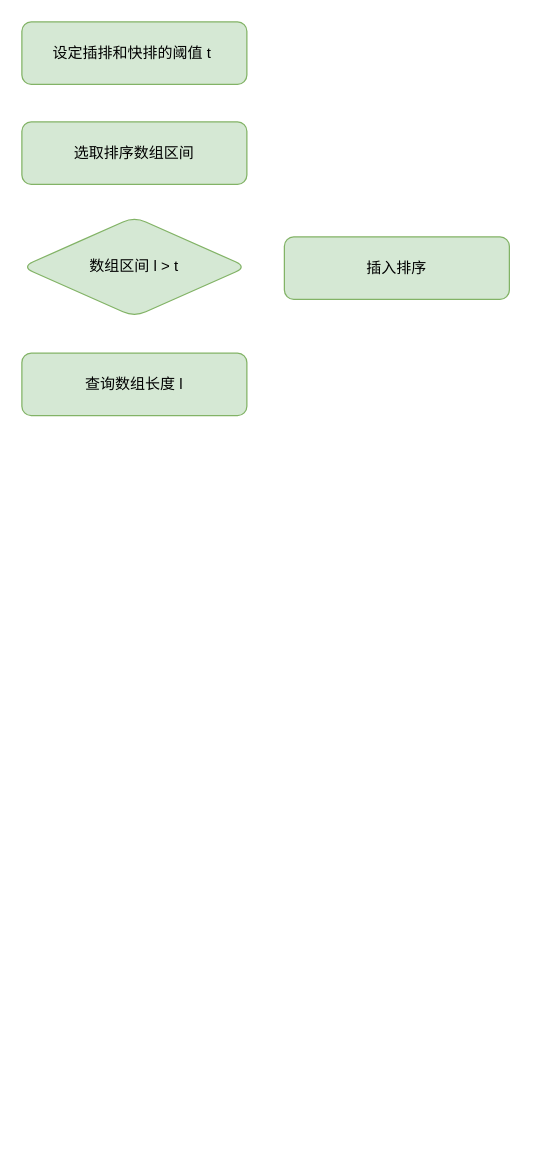
Before: 快速排序.drawio in HonyoLAN/telmy, a draw.io diagram. Source tidied: cells renumbered, new cells numbered last; positions are measured from the earlier drawing's top-left corner, leaving out a move shared by most shapes. Both pictures are drawn from the tidied source at 125%, with x=0, y=0 at pixel (21, 21).
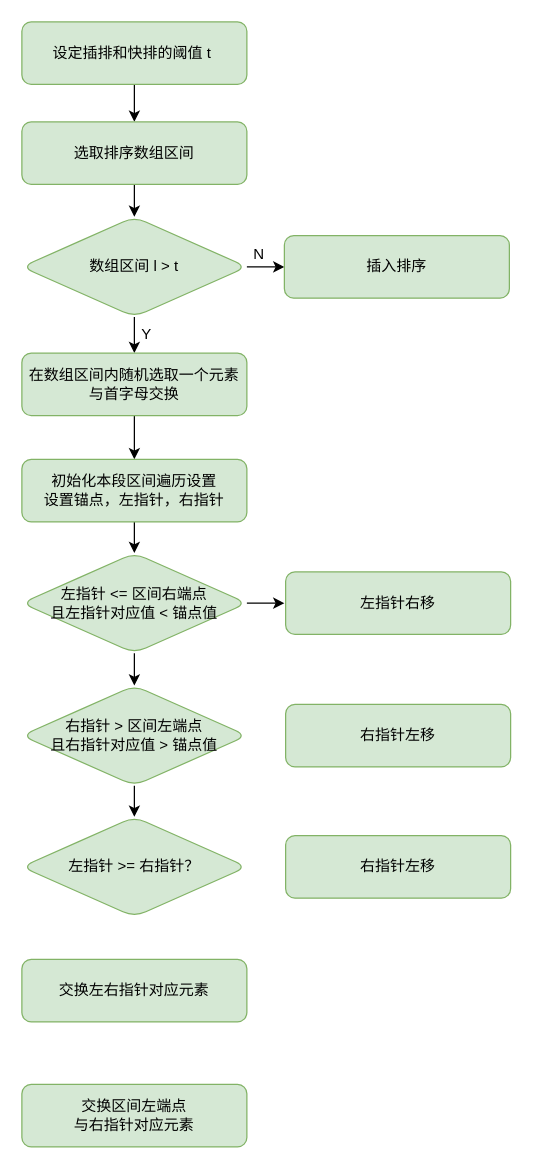
The same diagram, later.

Commit message (it also covers changes not shown here):
更新快速排序.drawio

The change refers to these unchanged cells:
```xml
<mxCell id="2" value="设定插排和快排的阈值 t&amp;nbsp;" style="rounded=1;whiteSpace=wrap;html=1;fillColor=#d5e8d4;strokeColor=#82b366;" parent="1" vertex="1">
  <mxGeometry width="180" height="50" as="geometry" />
</mxCell>
<mxCell id="3" value="选取排序数组区间" style="rounded=1;whiteSpace=wrap;html=1;fillColor=#d5e8d4;strokeColor=#82b366;" parent="1" vertex="1">
  <mxGeometry y="80" width="180" height="50" as="geometry" />
</mxCell>
<mxCell id="4" value="数组区间 l &amp;gt; t" style="rhombus;whiteSpace=wrap;html=1;fillColor=#d5e8d4;strokeColor=#82b366;rounded=1;" parent="1" vertex="1">
  <mxGeometry y="156" width="180" height="80" as="geometry" />
</mxCell>
```

Change to the diagram source:
```diff
@@
+    <mxCell id="7" style="edgeStyle=orthogonalEdgeStyle;rounded=0;jettySize=auto;html=1;exitX=0.5;exitY=1;exitDx=0;exitDy=0;entryX=0.5;entryY=0;entryDx=0;entryDy=0;" parent="1" edge="1" source="2" target="3">
+      <mxGeometry relative="1" as="geometry" />
+    </mxCell>
@@
+    <mxCell id="8" style="edgeStyle=orthogonalEdgeStyle;rounded=0;jettySize=auto;html=1;exitX=0.5;exitY=1;exitDx=0;exitDy=0;entryX=0.5;entryY=0;entryDx=0;entryDy=0;" parent="1" edge="1" source="3" target="4">
+      <mxGeometry relative="1" as="geometry" />
+    </mxCell>
@@
+    <mxCell id="9" style="edgeStyle=orthogonalEdgeStyle;rounded=0;jettySize=auto;html=1;exitX=0.5;exitY=1;exitDx=0;exitDy=0;entryX=0.5;entryY=0;entryDx=0;entryDy=0;" parent="1" edge="1" source="4" target="5">
+      <mxGeometry relative="1" as="geometry" />
+    </mxCell>
+    <mxCell id="10" style="edgeStyle=orthogonalEdgeStyle;rounded=0;jettySize=auto;html=1;exitX=1;exitY=0.5;exitDx=0;exitDy=0;entryX=0;entryY=0.5;entryDx=0;entryDy=0;" parent="1" edge="1" source="4" target="6">
+      <mxGeometry relative="1" as="geometry" />
+    </mxCell>
@@
+    <mxCell id="11" style="edgeStyle=orthogonalEdgeStyle;rounded=0;jettySize=auto;html=1;exitX=0.5;exitY=1;exitDx=0;exitDy=0;entryX=0.5;entryY=0;entryDx=0;entryDy=0;" parent="1" edge="1" source="5" target="15">
+      <mxGeometry relative="1" as="geometry" />
+    </mxCell>
-    <mxCell id="5" value="查询数组长度 l" style="rounded=1;whiteSpace=wrap;html=1;fillColor=#d5e8d4;strokeColor=#82b366;" parent="1" vertex="1">
+    <mxCell id="5" value="在数组区间内随机选取一个元素&lt;br&gt;与首字母交换" style="rounded=1;whiteSpace=wrap;html=1;fillColor=#d5e8d4;strokeColor=#82b366;" parent="1" vertex="1">
       <mxGeometry y="265" width="180" height="50" as="geometry" />
     </mxCell>
     <mxCell id="6" value="插入排序" style="rounded=1;whiteSpace=wrap;html=1;fillColor=#d5e8d4;strokeColor=#82b366;" parent="1" vertex="1">
-      <mxGeometry x="210" y="172" width="180" height="50" as="geometry" />
+      <mxGeometry x="210" y="171" width="180" height="50" as="geometry" />
     </mxCell>
+    <mxCell id="12" value="Y" style="text;html=1;strokeColor=none;fillColor=none;align=center;verticalAlign=middle;whiteSpace=wrap;rounded=0;" parent="1" vertex="1">
+      <mxGeometry x="70" y="235" width="60" height="30" as="geometry" />
+    </mxCell>
+    <mxCell id="13" value="N" style="text;html=1;strokeColor=none;fillColor=none;align=center;verticalAlign=middle;whiteSpace=wrap;rounded=0;" parent="1" vertex="1">
+      <mxGeometry x="160" y="171" width="60" height="30" as="geometry" />
+    </mxCell>
+    <mxCell id="14" style="edgeStyle=orthogonalEdgeStyle;rounded=0;jettySize=auto;html=1;exitX=0.5;exitY=1;exitDx=0;exitDy=0;entryX=0.5;entryY=0;entryDx=0;entryDy=0;" parent="1" edge="1" source="15" target="18">
+      <mxGeometry relative="1" as="geometry" />
+    </mxCell>
+    <mxCell id="15" value="初始化本段区间遍历设置&lt;br&gt;设置锚点，左指针，右指针" style="rounded=1;whiteSpace=wrap;html=1;fillColor=#d5e8d4;strokeColor=#82b366;" parent="1" vertex="1">
+      <mxGeometry y="350" width="180" height="50" as="geometry" />
+    </mxCell>
+    <mxCell id="16" style="edgeStyle=orthogonalEdgeStyle;rounded=0;jettySize=auto;html=1;exitX=1;exitY=0.5;exitDx=0;exitDy=0;" parent="1" edge="1" source="18">
+      <mxGeometry relative="1" as="geometry">
+        <mxPoint x="210" y="465.3" as="targetPoint" />
+      </mxGeometry>
+    </mxCell>
+    <mxCell id="17" style="edgeStyle=orthogonalEdgeStyle;rounded=0;jettySize=auto;html=1;exitX=0.5;exitY=1;exitDx=0;exitDy=0;entryX=0.5;entryY=0;entryDx=0;entryDy=0;" parent="1" edge="1" source="18" target="21">
+      <mxGeometry relative="1" as="geometry" />
+    </mxCell>
+    <mxCell id="18" value="左指针 &amp;lt;= 区间右端点&lt;br&gt;且左指针对应值 &amp;lt; 锚点值" style="rhombus;whiteSpace=wrap;html=1;fillColor=#d5e8d4;strokeColor=#82b366;rounded=1;" parent="1" vertex="1">
+      <mxGeometry y="425" width="180" height="80" as="geometry" />
+    </mxCell>
+    <mxCell id="19" value="左指针右移" style="rounded=1;whiteSpace=wrap;html=1;fillColor=#d5e8d4;strokeColor=#82b366;" parent="1" vertex="1">
+      <mxGeometry x="211" y="440" width="180" height="50" as="geometry" />
+    </mxCell>
+    <mxCell id="20" style="edgeStyle=orthogonalEdgeStyle;rounded=0;jettySize=auto;html=1;exitX=0.5;exitY=1;exitDx=0;exitDy=0;entryX=0.5;entryY=0;entryDx=0;entryDy=0;" parent="1" edge="1" source="21" target="23">
+      <mxGeometry relative="1" as="geometry" />
+    </mxCell>
+    <mxCell id="21" value="右指针 &amp;gt; 区间左端点&lt;br&gt;且右指针对应值 &amp;gt; 锚点值" style="rhombus;whiteSpace=wrap;html=1;fillColor=#d5e8d4;strokeColor=#82b366;rounded=1;" parent="1" vertex="1">
+      <mxGeometry y="531" width="180" height="80" as="geometry" />
+    </mxCell>
+    <mxCell id="22" value="右指针左移" style="rounded=1;whiteSpace=wrap;html=1;fillColor=#d5e8d4;strokeColor=#82b366;" parent="1" vertex="1">
+      <mxGeometry x="211" y="546" width="180" height="50" as="geometry" />
+    </mxCell>
+    <mxCell id="23" value="左指针 &amp;gt;= 右指针？" style="rhombus;whiteSpace=wrap;html=1;fillColor=#d5e8d4;strokeColor=#82b366;rounded=1;" parent="1" vertex="1">
+      <mxGeometry y="636" width="180" height="80" as="geometry" />
+    </mxCell>
+    <mxCell id="24" value="右指针左移" style="rounded=1;whiteSpace=wrap;html=1;fillColor=#d5e8d4;strokeColor=#82b366;" parent="1" vertex="1">
+      <mxGeometry x="211" y="651" width="180" height="50" as="geometry" />
+    </mxCell>
+    <mxCell id="25" value="交换左右指针对应元素" style="rounded=1;whiteSpace=wrap;html=1;fillColor=#d5e8d4;strokeColor=#82b366;" parent="1" vertex="1">
+      <mxGeometry y="750" width="180" height="50" as="geometry" />
+    </mxCell>
+    <mxCell id="26" value="交换区间左端点&lt;br&gt;与右指针对应元素" style="rounded=1;whiteSpace=wrap;html=1;fillColor=#d5e8d4;strokeColor=#82b366;" parent="1" vertex="1">
+      <mxGeometry y="850" width="180" height="50" as="geometry" />
+    </mxCell>
```
